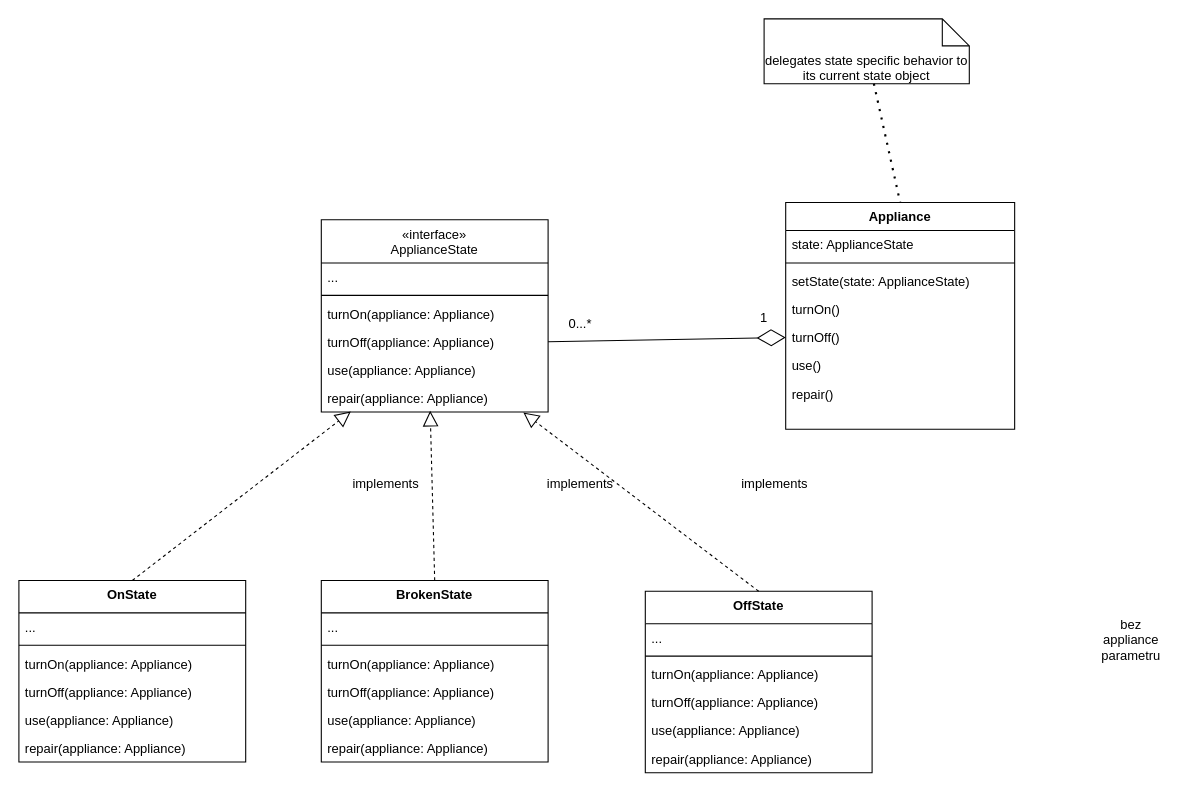
This is state.drawio from alfacentaur1/omo_objectModel, a draw.io file, before an edit. Source tidied: cells renumbered, new cells numbered last; positions are measured from the earlier drawing's top-left corner, leaving out a move shared by most shapes. Both pictures are drawn from the tidied source at 108%, with x=0, y=0 at pixel (18, 18).
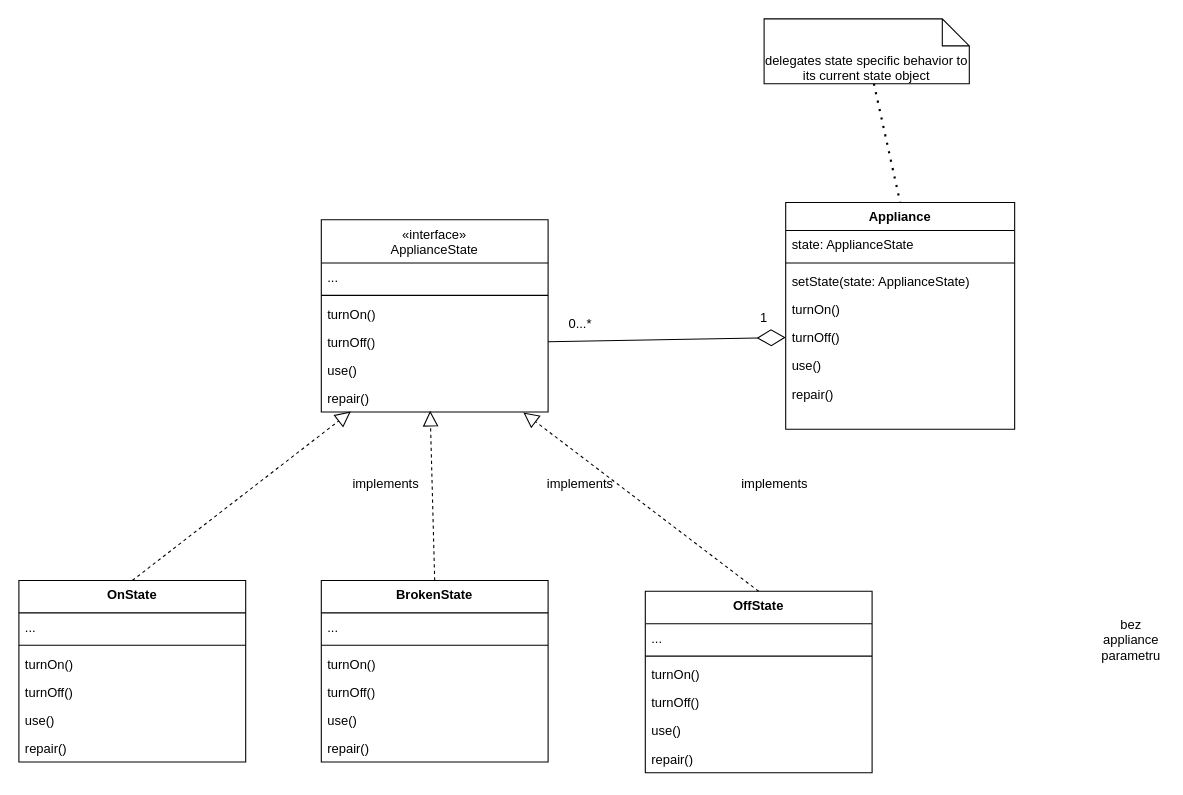
The same diagram, later.

Commit message:
Update functions in state diagram.

The change refers to these unchanged cells:
```xml
<mxCell id="10" value="&lt;div&gt;&lt;span style=&quot;font-weight: normal;&quot;&gt;«interface»&lt;/span&gt;&lt;/div&gt;&lt;div&gt;&lt;span style=&quot;font-weight: normal;&quot;&gt;ApplianceState&lt;/span&gt;&lt;/div&gt;" style="swimlane;fontStyle=1;align=center;verticalAlign=top;horizontal=1;startSize=40;whiteSpace=wrap;html=1;" parent="1" vertex="1">
  <mxGeometry x="280" y="186" width="210" height="178" as="geometry" />
</mxCell>
<mxCell id="17" value="&lt;div&gt;OnState&lt;/div&gt;" style="swimlane;fontStyle=1;align=center;verticalAlign=top;horizontal=1;startSize=30;whiteSpace=wrap;html=1;" parent="1" vertex="1">
  <mxGeometry y="520" width="210" height="168" as="geometry" />
</mxCell>
<mxCell id="24" value="&lt;div&gt;OffState&lt;/div&gt;" style="swimlane;fontStyle=1;align=center;verticalAlign=top;horizontal=1;startSize=30;whiteSpace=wrap;html=1;" parent="1" vertex="1">
  <mxGeometry x="580" y="530" width="210" height="168" as="geometry" />
</mxCell>
<mxCell id="31" value="&lt;div&gt;BrokenState&lt;/div&gt;" style="swimlane;fontStyle=1;align=center;verticalAlign=top;horizontal=1;startSize=30;whiteSpace=wrap;html=1;" parent="1" vertex="1">
  <mxGeometry x="280" y="520" width="210" height="168" as="geometry" />
</mxCell>
```

Change to the diagram source:
```diff
@@
-    <mxCell id="13" value="turnOn(appliance: Appliance)" style="text;strokeColor=none;fillColor=none;align=left;verticalAlign=top;spacingLeft=4;spacingRight=4;overflow=hidden;whiteSpace=wrap;html=1;" parent="10" vertex="1">
+    <mxCell id="13" value="turnOn()" style="text;strokeColor=none;fillColor=none;align=left;verticalAlign=top;spacingLeft=4;spacingRight=4;overflow=hidden;whiteSpace=wrap;html=1;" parent="10" vertex="1">
       <mxGeometry y="74" width="210" height="26" as="geometry" />
     </mxCell>
-    <mxCell id="14" value="turnOff(appliance: Appliance)" style="text;strokeColor=none;fillColor=none;align=left;verticalAlign=top;spacingLeft=4;spacingRight=4;overflow=hidden;points=[[0,0.5],[1,0.5]];portConstraint=eastwest;whiteSpace=wrap;html=1;" parent="10" vertex="1">
+    <mxCell id="14" value="turnOff()" style="text;strokeColor=none;fillColor=none;align=left;verticalAlign=top;spacingLeft=4;spacingRight=4;overflow=hidden;points=[[0,0.5],[1,0.5]];portConstraint=eastwest;whiteSpace=wrap;html=1;" parent="10" vertex="1">
       <mxGeometry y="100" width="210" height="26" as="geometry" />
     </mxCell>
-    <mxCell id="15" value="use(appliance: Appliance)" style="text;strokeColor=none;fillColor=none;align=left;verticalAlign=top;spacingLeft=4;spacingRight=4;overflow=hidden;whiteSpace=wrap;html=1;" parent="10" vertex="1">
+    <mxCell id="15" value="use()" style="text;strokeColor=none;fillColor=none;align=left;verticalAlign=top;spacingLeft=4;spacingRight=4;overflow=hidden;whiteSpace=wrap;html=1;" parent="10" vertex="1">
       <mxGeometry y="126" width="210" height="26" as="geometry" />
     </mxCell>
-    <mxCell id="16" value="repair(appliance: Appliance)" style="text;strokeColor=none;fillColor=none;align=left;verticalAlign=top;spacingLeft=4;spacingRight=4;overflow=hidden;points=[[0,0.5],[1,0.5]];portConstraint=eastwest;whiteSpace=wrap;html=1;" parent="10" vertex="1">
+    <mxCell id="16" value="repair()" style="text;strokeColor=none;fillColor=none;align=left;verticalAlign=top;spacingLeft=4;spacingRight=4;overflow=hidden;points=[[0,0.5],[1,0.5]];portConstraint=eastwest;whiteSpace=wrap;html=1;" parent="10" vertex="1">
       <mxGeometry y="152" width="210" height="26" as="geometry" />
     </mxCell>
@@
-    <mxCell id="20" value="turnOn(appliance: Appliance)" style="text;strokeColor=none;fillColor=none;align=left;verticalAlign=top;spacingLeft=4;spacingRight=4;overflow=hidden;whiteSpace=wrap;html=1;" parent="17" vertex="1">
+    <mxCell id="20" value="turnOn()" style="text;strokeColor=none;fillColor=none;align=left;verticalAlign=top;spacingLeft=4;spacingRight=4;overflow=hidden;whiteSpace=wrap;html=1;" parent="17" vertex="1">
       <mxGeometry y="64" width="210" height="26" as="geometry" />
     </mxCell>
-    <mxCell id="21" value="turnOff(appliance: Appliance)" style="text;strokeColor=none;fillColor=none;align=left;verticalAlign=top;spacingLeft=4;spacingRight=4;overflow=hidden;whiteSpace=wrap;html=1;" parent="17" vertex="1">
+    <mxCell id="21" value="turnOff()" style="text;strokeColor=none;fillColor=none;align=left;verticalAlign=top;spacingLeft=4;spacingRight=4;overflow=hidden;whiteSpace=wrap;html=1;" parent="17" vertex="1">
       <mxGeometry y="90" width="210" height="26" as="geometry" />
     </mxCell>
-    <mxCell id="22" value="use(appliance: Appliance)" style="text;strokeColor=none;fillColor=none;align=left;verticalAlign=top;spacingLeft=4;spacingRight=4;overflow=hidden;whiteSpace=wrap;html=1;" parent="17" vertex="1">
+    <mxCell id="22" value="use()" style="text;strokeColor=none;fillColor=none;align=left;verticalAlign=top;spacingLeft=4;spacingRight=4;overflow=hidden;whiteSpace=wrap;html=1;" parent="17" vertex="1">
       <mxGeometry y="116" width="210" height="26" as="geometry" />
     </mxCell>
-    <mxCell id="23" value="repair(appliance: Appliance)" style="text;strokeColor=none;fillColor=none;align=left;verticalAlign=top;spacingLeft=4;spacingRight=4;overflow=hidden;whiteSpace=wrap;html=1;" parent="17" vertex="1">
+    <mxCell id="23" value="repair()" style="text;strokeColor=none;fillColor=none;align=left;verticalAlign=top;spacingLeft=4;spacingRight=4;overflow=hidden;whiteSpace=wrap;html=1;" parent="17" vertex="1">
       <mxGeometry y="142" width="210" height="26" as="geometry" />
     </mxCell>
@@
-    <mxCell id="27" value="turnOn(appliance: Appliance)" style="text;strokeColor=none;fillColor=none;align=left;verticalAlign=top;spacingLeft=4;spacingRight=4;overflow=hidden;whiteSpace=wrap;html=1;" parent="24" vertex="1">
+    <mxCell id="27" value="turnOn()" style="text;strokeColor=none;fillColor=none;align=left;verticalAlign=top;spacingLeft=4;spacingRight=4;overflow=hidden;whiteSpace=wrap;html=1;" parent="24" vertex="1">
       <mxGeometry y="64" width="210" height="26" as="geometry" />
     </mxCell>
-    <mxCell id="28" value="turnOff(appliance: Appliance)" style="text;strokeColor=none;fillColor=none;align=left;verticalAlign=top;spacingLeft=4;spacingRight=4;overflow=hidden;whiteSpace=wrap;html=1;" parent="24" vertex="1">
+    <mxCell id="28" value="turnOff()" style="text;strokeColor=none;fillColor=none;align=left;verticalAlign=top;spacingLeft=4;spacingRight=4;overflow=hidden;whiteSpace=wrap;html=1;" parent="24" vertex="1">
       <mxGeometry y="90" width="210" height="26" as="geometry" />
     </mxCell>
-    <mxCell id="29" value="use(appliance: Appliance)" style="text;strokeColor=none;fillColor=none;align=left;verticalAlign=top;spacingLeft=4;spacingRight=4;overflow=hidden;whiteSpace=wrap;html=1;" parent="24" vertex="1">
+    <mxCell id="29" value="use()" style="text;strokeColor=none;fillColor=none;align=left;verticalAlign=top;spacingLeft=4;spacingRight=4;overflow=hidden;whiteSpace=wrap;html=1;" parent="24" vertex="1">
       <mxGeometry y="116" width="210" height="26" as="geometry" />
     </mxCell>
-    <mxCell id="30" value="repair(appliance: Appliance)" style="text;strokeColor=none;fillColor=none;align=left;verticalAlign=top;spacingLeft=4;spacingRight=4;overflow=hidden;whiteSpace=wrap;html=1;" parent="24" vertex="1">
+    <mxCell id="30" value="repair()" style="text;strokeColor=none;fillColor=none;align=left;verticalAlign=top;spacingLeft=4;spacingRight=4;overflow=hidden;whiteSpace=wrap;html=1;" parent="24" vertex="1">
       <mxGeometry y="142" width="210" height="26" as="geometry" />
     </mxCell>
@@
-    <mxCell id="34" value="turnOn(appliance: Appliance)" style="text;strokeColor=none;fillColor=none;align=left;verticalAlign=top;spacingLeft=4;spacingRight=4;overflow=hidden;whiteSpace=wrap;html=1;" parent="31" vertex="1">
+    <mxCell id="34" value="turnOn()" style="text;strokeColor=none;fillColor=none;align=left;verticalAlign=top;spacingLeft=4;spacingRight=4;overflow=hidden;whiteSpace=wrap;html=1;" parent="31" vertex="1">
       <mxGeometry y="64" width="210" height="26" as="geometry" />
     </mxCell>
-    <mxCell id="35" value="turnOff(appliance: Appliance)" style="text;strokeColor=none;fillColor=none;align=left;verticalAlign=top;spacingLeft=4;spacingRight=4;overflow=hidden;whiteSpace=wrap;html=1;" parent="31" vertex="1">
+    <mxCell id="35" value="turnOff()" style="text;strokeColor=none;fillColor=none;align=left;verticalAlign=top;spacingLeft=4;spacingRight=4;overflow=hidden;whiteSpace=wrap;html=1;" parent="31" vertex="1">
       <mxGeometry y="90" width="210" height="26" as="geometry" />
     </mxCell>
-    <mxCell id="36" value="use(appliance: Appliance)" style="text;strokeColor=none;fillColor=none;align=left;verticalAlign=top;spacingLeft=4;spacingRight=4;overflow=hidden;whiteSpace=wrap;html=1;" parent="31" vertex="1">
+    <mxCell id="36" value="use()" style="text;strokeColor=none;fillColor=none;align=left;verticalAlign=top;spacingLeft=4;spacingRight=4;overflow=hidden;whiteSpace=wrap;html=1;" parent="31" vertex="1">
       <mxGeometry y="116" width="210" height="26" as="geometry" />
     </mxCell>
-    <mxCell id="37" value="repair(appliance: Appliance)" style="text;strokeColor=none;fillColor=none;align=left;verticalAlign=top;spacingLeft=4;spacingRight=4;overflow=hidden;whiteSpace=wrap;html=1;" parent="31" vertex="1">
+    <mxCell id="37" value="repair()" style="text;strokeColor=none;fillColor=none;align=left;verticalAlign=top;spacingLeft=4;spacingRight=4;overflow=hidden;whiteSpace=wrap;html=1;" parent="31" vertex="1">
       <mxGeometry y="142" width="210" height="26" as="geometry" />
     </mxCell>
```
